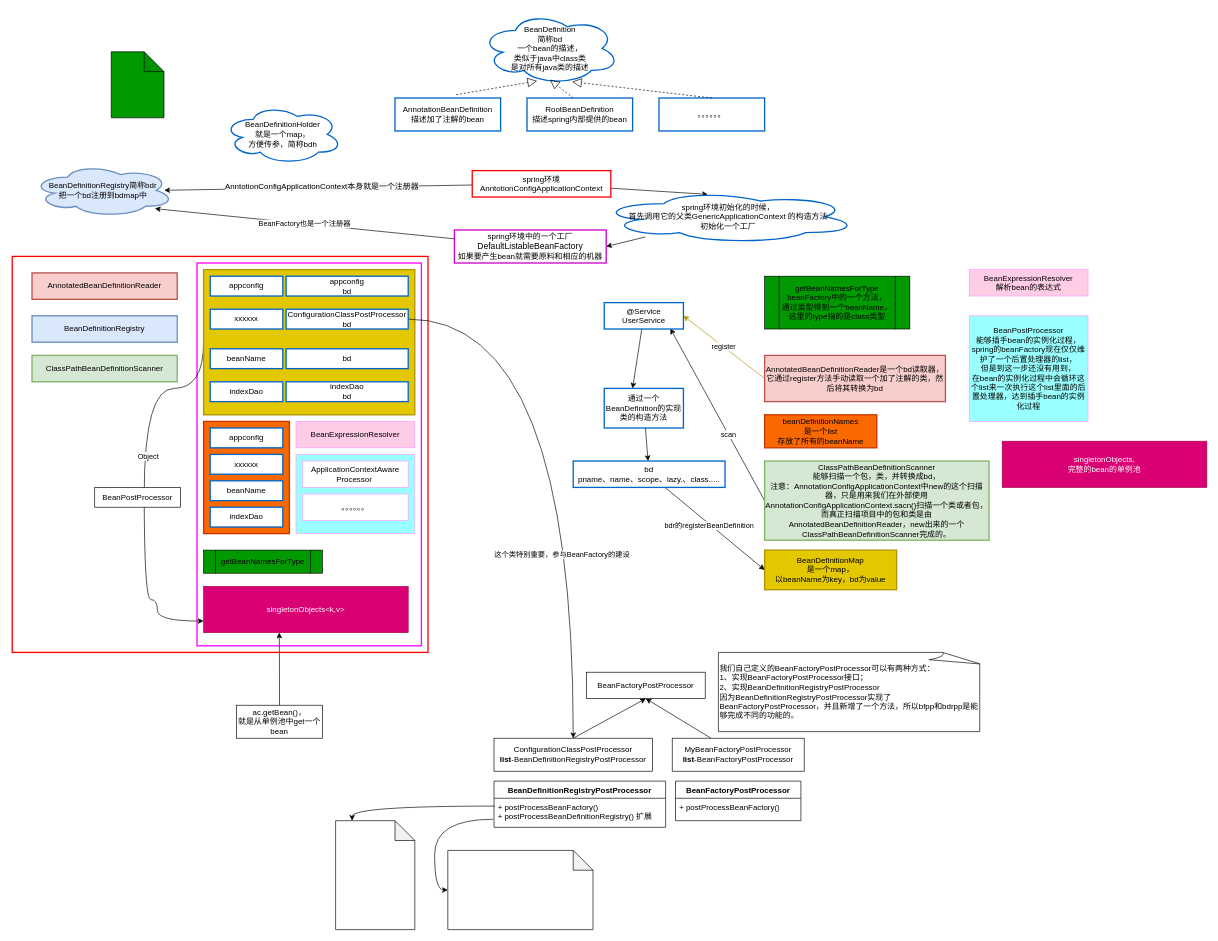
The draw.io diagram 未命名绘图.drawio in Joelovealonge/note, before the edit. Source tidied: cells renumbered, new cells numbered last; positions are measured from the earlier drawing's top-left corner, leaving out a move shared by most shapes. Both pictures are drawn from the tidied source at 66%, with x=0, y=0 at pixel (12, 12).
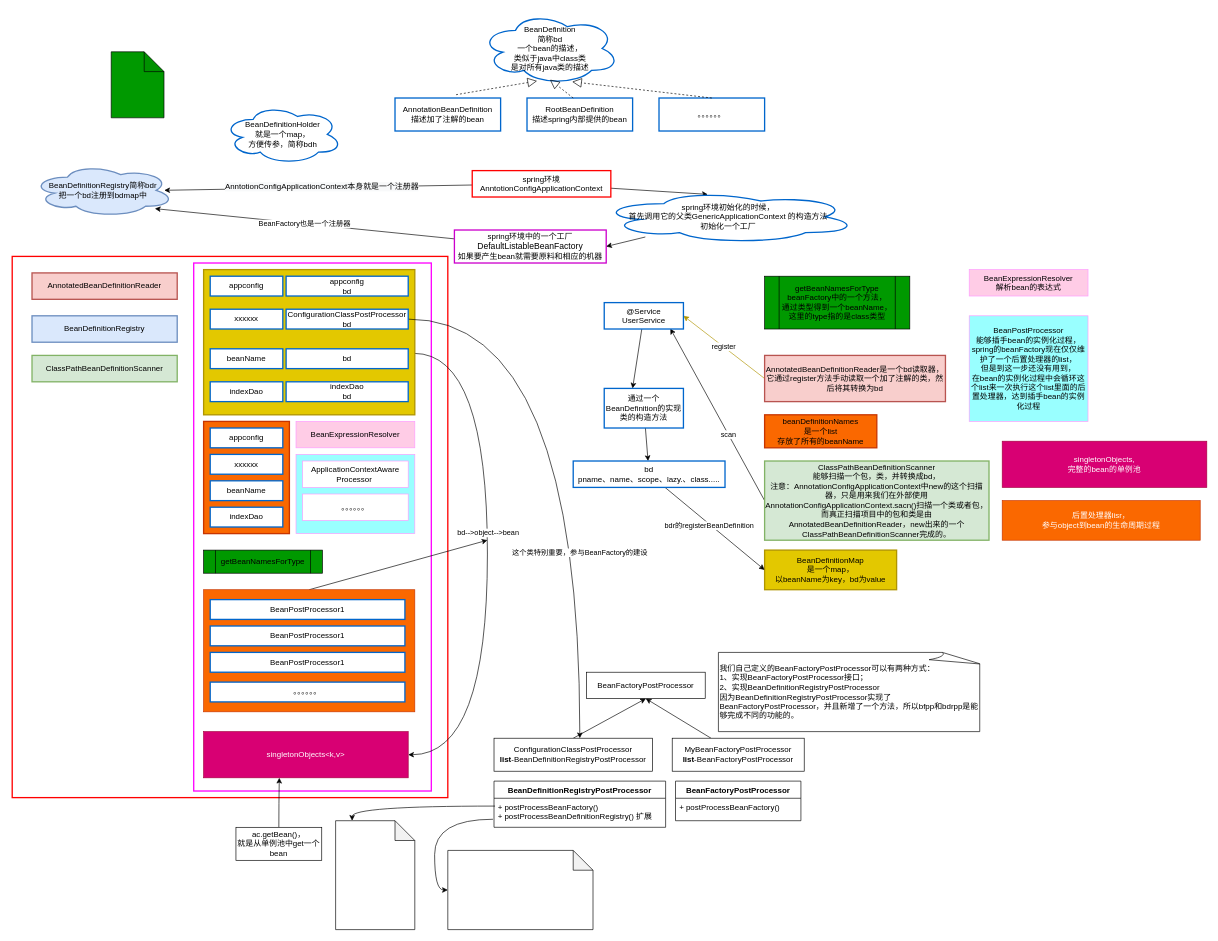
The same diagram, later.

Commit message:
更新未命名绘图.drawio

The change refers to these unchanged cells:
```xml
<mxCell id="12" style="rounded=0;whiteSpace=wrap;html=1;strokeColor=#B09500;strokeWidth=2;fillColor=#e3c800;fontColor=#ffffff;" parent="1" vertex="1">
  <mxGeometry x="290" y="390" width="320" height="220" as="geometry" />
</mxCell>
<mxCell id="37" value="ConfigurationClassPostProcessor&lt;br&gt;bd" style="rounded=0;whiteSpace=wrap;html=1;strokeColor=#0066CC;strokeWidth=2;" parent="1" vertex="1">
  <mxGeometry x="415" y="450" width="185" height="30" as="geometry" />
</mxCell>
<mxCell id="61" value="ConfigurationClassPostProcessor&lt;br&gt;&lt;b&gt;list&lt;/b&gt;-BeanDefinitionRegistryPostProcessor" style="rounded=0;whiteSpace=wrap;html=1;fillColor=#FFFFFF;" parent="1" vertex="1">
  <mxGeometry x="730" y="1100" width="240" height="50" as="geometry" />
</mxCell>
```

Change to the diagram source:
```diff
@@
     <mxCell id="2" style="rounded=0;whiteSpace=wrap;html=1;strokeWidth=2;strokeColor=#FF0000;fontStyle=1;" parent="1" vertex="1">
-      <mxGeometry y="370" width="630" height="600" as="geometry" />
+      <mxGeometry y="370" width="660" height="820" as="geometry" />
     </mxCell>
@@
     <mxCell id="7" style="rounded=0;whiteSpace=wrap;html=1;strokeWidth=2;fillColor=none;strokeColor=#FF00FF;" parent="1" vertex="1">
-      <mxGeometry x="280" y="380" width="340" height="580" as="geometry" />
+      <mxGeometry x="275" y="380" width="360" height="800" as="geometry" />
     </mxCell>
@@
-    <mxCell id="10" style="jettySize=auto;html=1;exitX=0;exitY=0.5;exitDx=0;exitDy=0;entryX=0;entryY=0.75;entryDx=0;entryDy=0;edgeStyle=orthogonalEdgeStyle;curved=1;strokeWidth=1;" parent="1" edge="1" source="12" target="75">
+    <mxCell id="10" style="edgeStyle=orthogonalEdgeStyle;curved=1;jettySize=auto;html=1;entryX=1;entryY=0.5;entryDx=0;entryDy=0;exitX=0.997;exitY=0.577;exitDx=0;exitDy=0;exitPerimeter=0;" parent="1" edge="1" source="12" target="75">
       <mxGeometry relative="1" as="geometry">
         <Array as="points">
-          <mxPoint x="290" y="570" />
-          <mxPoint x="200" y="570" />
-          <mxPoint x="200" y="890" />
-          <mxPoint x="220" y="890" />
-          <mxPoint x="220" y="923" />
+          <mxPoint x="720" y="517" />
+          <mxPoint x="720" y="1125" />
         </Array>
       </mxGeometry>
     </mxCell>
-    <mxCell id="11" value="Object" style="edgeLabel;html=1;align=center;verticalAlign=middle;" parent="10" vertex="1">
-      <mxGeometry x="-0.13" y="5" relative="1" as="geometry" />
-    </mxCell>
+    <mxCell id="84" value="bd--&amp;gt;object--&amp;gt;bean" style="edgeLabel;html=1;align=center;verticalAlign=middle;" parent="10" vertex="1">
+      <mxGeometry x="-0.09" relative="1" as="geometry">
+        <mxPoint y="1" as="offset" />
+      </mxGeometry>
+    </mxCell>
@@
     <mxCell id="35" style="edgeStyle=orthogonalEdgeStyle;curved=1;jettySize=auto;html=1;strokeWidth=1;" parent="1" edge="1" source="37" target="61">
-      <mxGeometry relative="1" as="geometry" />
+      <mxGeometry relative="1" as="geometry">
+        <Array as="points">
+          <mxPoint x="860" y="465" />
+        </Array>
+      </mxGeometry>
     </mxCell>
     <mxCell id="36" value="这个类特别重要，参与BeanFactory的建设" style="edgeLabel;html=1;align=center;verticalAlign=middle;" parent="35" vertex="1">
-      <mxGeometry x="0.37" y="-18" relative="1" as="geometry" />
+      <mxGeometry x="0.37" y="-18" relative="1" as="geometry">
+        <mxPoint x="17.9" as="offset" />
+      </mxGeometry>
     </mxCell>
@@
     <mxCell id="75" value="singletonObjects&amp;lt;k,v&amp;gt;" style="rounded=0;whiteSpace=wrap;html=1;fillColor=#d80073;strokeColor=#A50040;fontColor=#ffffff;" parent="1" vertex="1">
-      <mxGeometry x="290" y="870" width="310" height="70" as="geometry" />
+      <mxGeometry x="290" y="1090" width="310" height="70" as="geometry" />
     </mxCell>
-    <mxCell id="76" value="BeanPostProcessor" style="rounded=0;whiteSpace=wrap;html=1;" parent="1" vertex="1">
-      <mxGeometry x="125" y="720" width="130" height="30" as="geometry" />
-    </mxCell>
@@
     <mxCell id="78" value="ac.getBean()，&lt;br&gt;就是从单例池中get一个bean" style="rounded=0;whiteSpace=wrap;html=1;" parent="1" vertex="1">
-      <mxGeometry x="340" y="1050" width="130" height="50" as="geometry" />
+      <mxGeometry x="339" y="1235" width="130" height="50" as="geometry" />
     </mxCell>
@@
+    <mxCell id="85" style="jettySize=auto;html=1;rounded=0;exitX=0.5;exitY=0;exitDx=0;exitDy=0;" parent="1" edge="1" source="86">
+      <mxGeometry relative="1" as="geometry">
+        <mxPoint x="720" y="800" as="targetPoint" />
+      </mxGeometry>
+    </mxCell>
+    <mxCell id="86" style="rounded=0;whiteSpace=wrap;html=1;fillColor=#fa6800;strokeColor=#C73500;fontColor=#ffffff;" parent="1" vertex="1">
+      <mxGeometry x="290" y="875" width="320" height="185" as="geometry" />
+    </mxCell>
+    <mxCell id="87" value="BeanPostProcessor1" style="rounded=0;whiteSpace=wrap;html=1;strokeColor=#0066CC;strokeWidth=2;" parent="1" vertex="1">
+      <mxGeometry x="300" y="890" width="295" height="30" as="geometry" />
+    </mxCell>
+    <mxCell id="88" value="BeanPostProcessor1" style="rounded=0;whiteSpace=wrap;html=1;strokeColor=#0066CC;strokeWidth=2;" parent="1" vertex="1">
+      <mxGeometry x="300" y="930" width="295" height="30" as="geometry" />
+    </mxCell>
+    <mxCell id="89" value="BeanPostProcessor1" style="rounded=0;whiteSpace=wrap;html=1;strokeColor=#0066CC;strokeWidth=2;" parent="1" vertex="1">
+      <mxGeometry x="300" y="970" width="295" height="30" as="geometry" />
+    </mxCell>
+    <mxCell id="90" value="。。。。。。" style="rounded=0;whiteSpace=wrap;html=1;strokeColor=#0066CC;strokeWidth=2;" parent="1" vertex="1">
+      <mxGeometry x="300" y="1015" width="295" height="30" as="geometry" />
+    </mxCell>
+    <mxCell id="91" value="后置处理器lisr，&lt;br&gt;参与object到bean的生命周期过程" style="rounded=0;whiteSpace=wrap;html=1;fillColor=#fa6800;strokeColor=#C73500;fontColor=#ffffff;" parent="1" vertex="1">
+      <mxGeometry x="1500" y="740" width="300" height="60" as="geometry" />
+    </mxCell>
```
